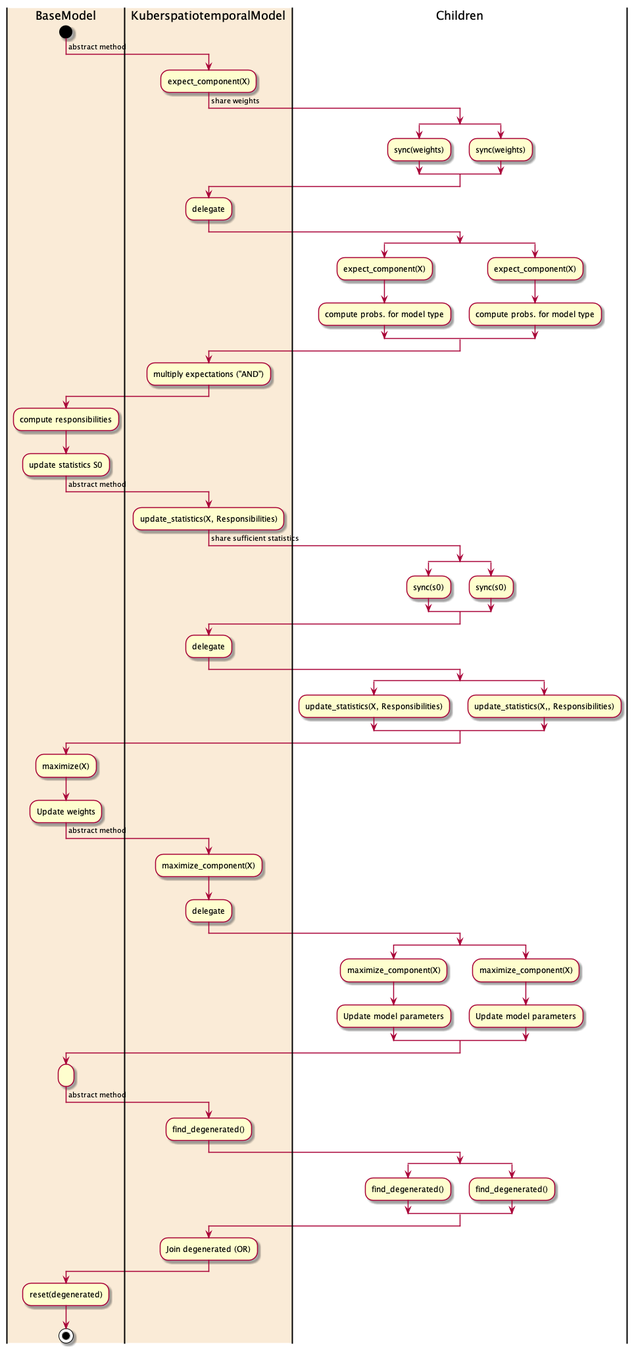
Above: doc/source/_static/EM.png in yasamansamiee/aiml_troubleshooting (PlantUML), before the change.
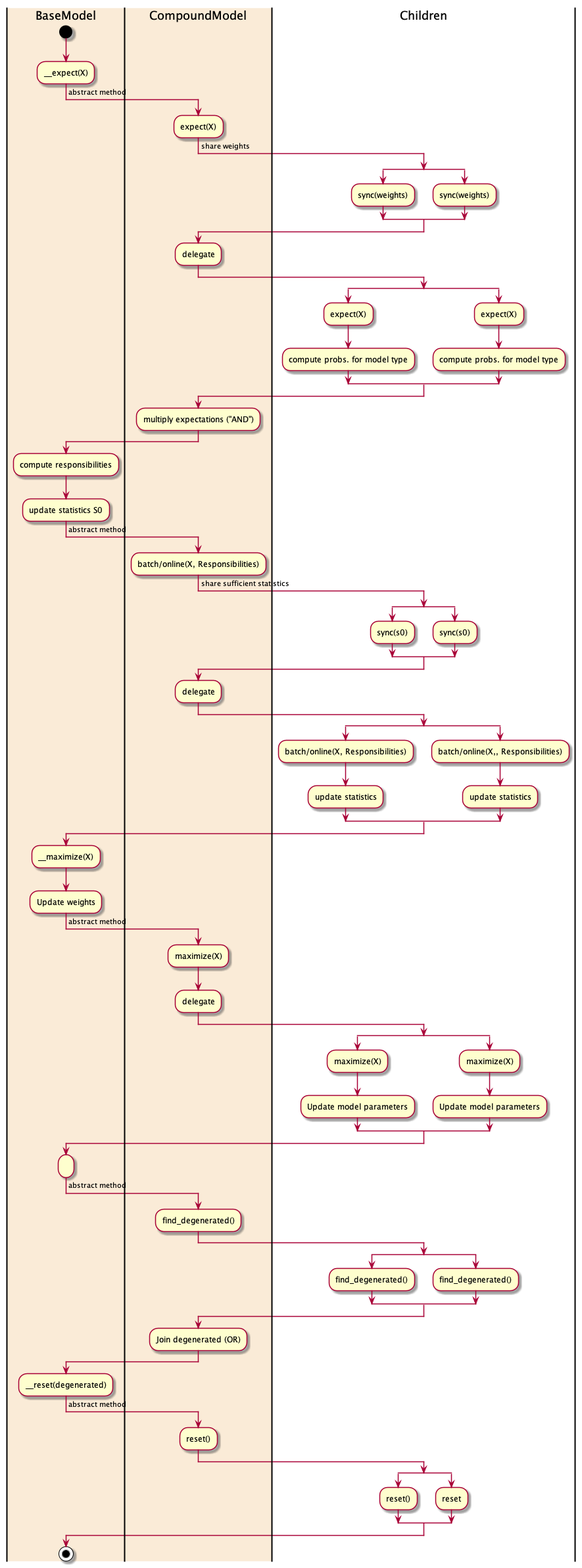
After the change.

Change to the diagram source:
```diff
@@ -1,9 +1,10 @@
 @startuml
 |#AntiqueWhite|BaseModel|
 start
+:__expect(X);
 ->         abstract method;
-|#AntiqueWhite|KuberspatiotemporalModel|
-:expect_component(X);
+|#AntiqueWhite|CompoundModel|
+:expect(X);
 -> share weights;
 split
 |Children|
@@ -11,24 +12,24 @@
 split again
 :sync(weights);
 end split
-|#AntiqueWhite|KuberspatiotemporalModel|
+|#AntiqueWhite|CompoundModel|
 :delegate;
 split
 |Children|
-:expect_component(X);
+:expect(X);
 :compute probs. for model type;
 split again
-:expect_component(X);
+:expect(X);
 :compute probs. for model type;
 end split
-|#AntiqueWhite|KuberspatiotemporalModel|
+|#AntiqueWhite|CompoundModel|
 :multiply expectations ("AND");
 |BaseModel|
 :compute responsibilities;
 :update statistics S0;
 -> abstract method;
-|#AntiqueWhite|KuberspatiotemporalModel|
-:update_statistics(X, Responsibilities);
+|#AntiqueWhite|CompoundModel|
+:batch/online(X, Responsibilities);
 -> share sufficient statistics;
 split
 |Children|
@@ -36,35 +37,37 @@
 split again
 :sync(s0);
 end split
-|#AntiqueWhite|KuberspatiotemporalModel|
+|#AntiqueWhite|CompoundModel|
 :delegate;
 split
 |Children|
-:update_statistics(X, Responsibilities);
+:batch/online(X, Responsibilities);
+:update statistics;
 split again
-:update_statistics(X,, Responsibilities);
+:batch/online(X,, Responsibilities);
+:update statistics;
 end split
 |BaseModel|
-:maximize(X);
+:__maximize(X);
 :Update weights;
 -> abstract method;
 
-|#AntiqueWhite|KuberspatiotemporalModel|
-:maximize_component(X);
+|#AntiqueWhite|CompoundModel|
+:maximize(X);
 
-|#AntiqueWhite|KuberspatiotemporalModel|
+|#AntiqueWhite|CompoundModel|
 :delegate;
 split
 |Children|
-:maximize_component(X);
+:maximize(X);
 :Update model parameters;
 split again
-:maximize_component(X);
+:maximize(X);
 :Update model parameters;
 end split
 |BaseModel|
 :;
-|#AntiqueWhite|KuberspatiotemporalModel|
+|#AntiqueWhite|CompoundModel|
 -> abstract method;
 :find_degenerated();
 split
@@ -73,9 +76,19 @@
 split again
 :find_degenerated();
 end split
-|#AntiqueWhite|KuberspatiotemporalModel|
+|#AntiqueWhite|CompoundModel|
 :Join degenerated (OR);
 |BaseModel|
-:reset(degenerated);
+:__reset(degenerated);
+|#AntiqueWhite|CompoundModel|
+-> abstract method;
+:reset();
+split
+|Children|
+:reset();
+split again
+:reset;
+end split
+|BaseModel|
 stop
 @enduml
```
